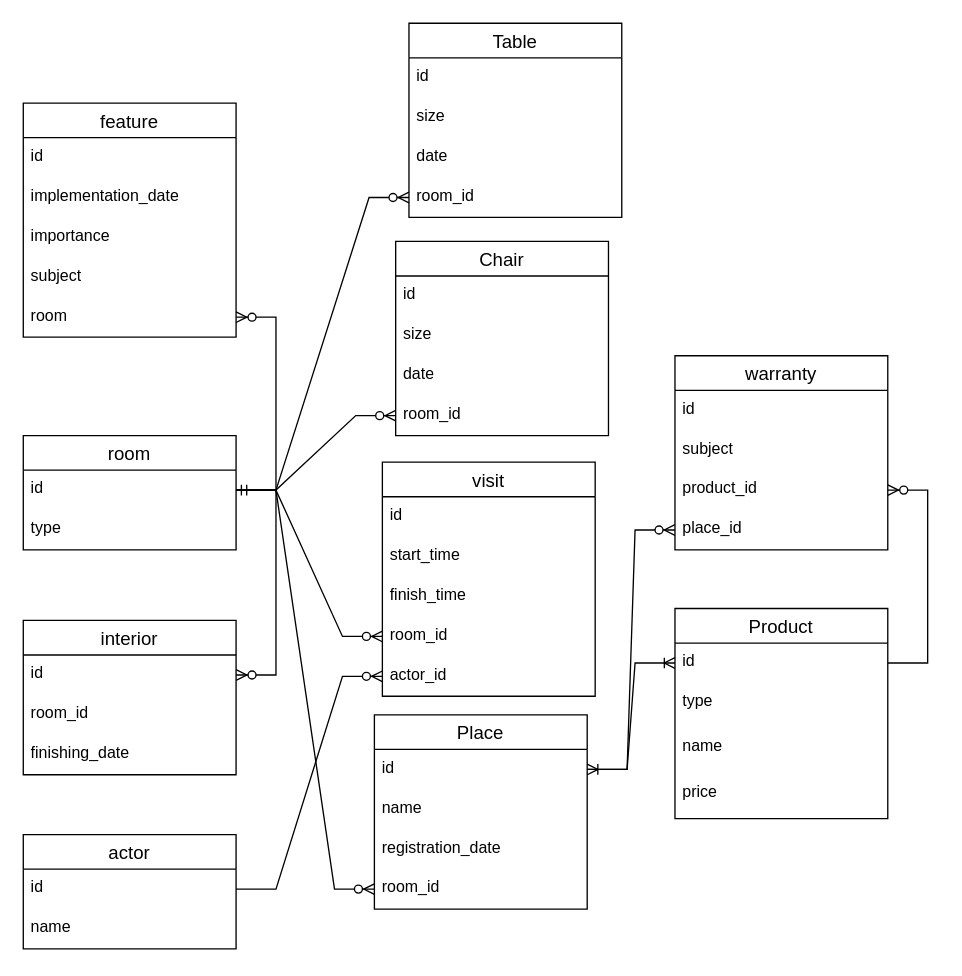
Earlier version of the draw.io diagram lab1/images/Диаграмма без названия.drawio (ShchA317/DBs). Source tidied: cells renumbered, new cells numbered last; positions are measured from the earlier drawing's top-left corner, leaving out a move shared by most shapes. Both pictures are drawn from the tidied source at 133%, with x=0, y=0 at pixel (-70, -70).
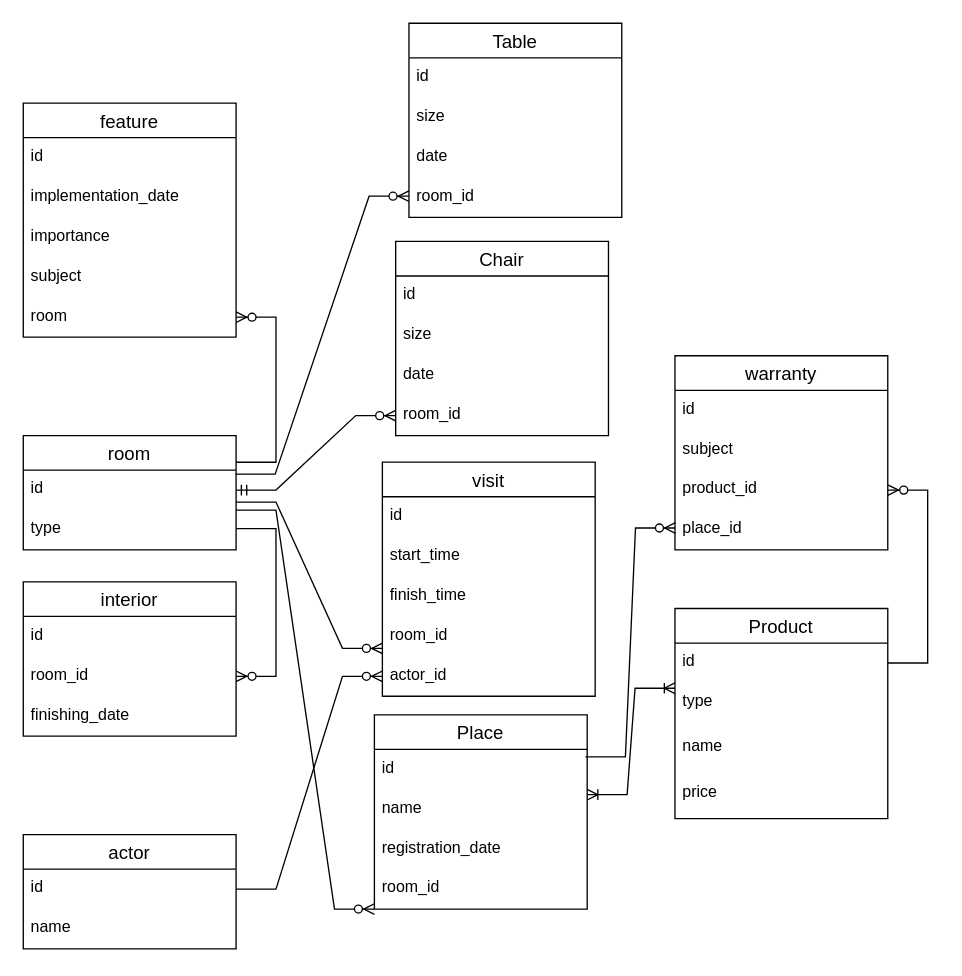
Above is the later version.

Unchanged cells that the change refers to:
```xml
<mxCell id="6" value="room_id" style="text;strokeColor=none;fillColor=none;spacingLeft=4;spacingRight=4;overflow=hidden;points=[[0,0.5],[1,0.5]];portConstraint=eastwest;fontSize=12;whiteSpace=wrap;html=1;" parent="2" vertex="1">
  <mxGeometry y="116" width="160" height="30" as="geometry" />
</mxCell>
<mxCell id="8" value="id" style="text;strokeColor=none;fillColor=none;spacingLeft=4;spacingRight=4;overflow=hidden;points=[[0,0.5],[1,0.5]];portConstraint=eastwest;fontSize=12;whiteSpace=wrap;html=1;" parent="7" vertex="1">
  <mxGeometry y="26" width="160" height="30" as="geometry" />
</mxCell>
<mxCell id="11" value="room_id" style="text;strokeColor=none;fillColor=none;spacingLeft=4;spacingRight=4;overflow=hidden;points=[[0,0.5],[1,0.5]];portConstraint=eastwest;fontSize=12;whiteSpace=wrap;html=1;" parent="7" vertex="1">
  <mxGeometry y="116" width="160" height="30" as="geometry" />
</mxCell>
<mxCell id="13" value="id" style="text;strokeColor=none;fillColor=none;spacingLeft=4;spacingRight=4;overflow=hidden;points=[[0,0.5],[1,0.5]];portConstraint=eastwest;fontSize=12;whiteSpace=wrap;html=1;" parent="12" vertex="1">
  <mxGeometry y="26" width="160" height="30" as="geometry" />
</mxCell>
<mxCell id="14" value="room_id" style="text;strokeColor=none;fillColor=none;spacingLeft=4;spacingRight=4;overflow=hidden;points=[[0,0.5],[1,0.5]];portConstraint=eastwest;fontSize=12;whiteSpace=wrap;html=1;" parent="12" vertex="1">
  <mxGeometry y="56" width="160" height="30" as="geometry" />
</mxCell>
<mxCell id="17" value="id" style="text;strokeColor=none;fillColor=none;spacingLeft=4;spacingRight=4;overflow=hidden;points=[[0,0.5],[1,0.5]];portConstraint=eastwest;fontSize=12;whiteSpace=wrap;html=1;" parent="16" vertex="1">
  <mxGeometry y="26" width="160" height="30" as="geometry" />
</mxCell>
<mxCell id="25" value="room_id" style="text;strokeColor=none;fillColor=none;spacingLeft=4;spacingRight=4;overflow=hidden;points=[[0,0.5],[1,0.5]];portConstraint=eastwest;fontSize=12;whiteSpace=wrap;html=1;" parent="21" vertex="1">
  <mxGeometry y="116" width="160" height="30" as="geometry" />
</mxCell>
<mxCell id="30" value="room_id" style="text;strokeColor=none;fillColor=none;spacingLeft=4;spacingRight=4;overflow=hidden;points=[[0,0.5],[1,0.5]];portConstraint=eastwest;fontSize=12;whiteSpace=wrap;html=1;" parent="26" vertex="1">
  <mxGeometry y="116" width="160" height="30" as="geometry" />
</mxCell>
<mxCell id="37" value="room" style="text;strokeColor=none;fillColor=none;spacingLeft=4;spacingRight=4;overflow=hidden;points=[[0,0.5],[1,0.5]];portConstraint=eastwest;fontSize=12;whiteSpace=wrap;html=1;" parent="32" vertex="1">
  <mxGeometry y="146" width="160" height="30" as="geometry" />
</mxCell>
<mxCell id="42" value="place_id" style="text;strokeColor=none;fillColor=none;spacingLeft=4;spacingRight=4;overflow=hidden;points=[[0,0.5],[1,0.5]];portConstraint=eastwest;fontSize=12;whiteSpace=wrap;html=1;" parent="38" vertex="1">
  <mxGeometry y="116" width="160" height="30" as="geometry" />
</mxCell>
<mxCell id="43" value="room" style="swimlane;fontStyle=0;horizontal=1;startSize=26;align=center;fontSize=14;" parent="1" vertex="1">
  <mxGeometry x="70" y="380" width="160" height="86" as="geometry" />
</mxCell>
<mxCell id="44" value="id" style="text;strokeColor=none;fillColor=none;spacingLeft=4;spacingRight=4;overflow=hidden;points=[[0,0.5],[1,0.5]];portConstraint=eastwest;fontSize=12;whiteSpace=wrap;html=1;" parent="43" vertex="1">
  <mxGeometry y="26" width="160" height="30" as="geometry" />
</mxCell>
```

What changed in the source:
```diff
@@
     <mxCell id="12" value="interior" style="swimlane;fontStyle=0;horizontal=1;startSize=26;align=center;fontSize=14;" parent="1" vertex="1">
-      <mxGeometry x="70" y="519" width="160" height="116" as="geometry" />
+      <mxGeometry x="70" y="490" width="160" height="116" as="geometry" />
     </mxCell>
@@
-    <mxCell id="49" style="edgeStyle=entityRelationEdgeStyle;fontSize=12;html=1;endArrow=ERzeroToMany;endFill=1;rounded=0;exitX=1;exitY=0.5;exitDx=0;exitDy=0;" parent="1" edge="1" source="44" target="6">
+    <mxCell id="49" style="edgeStyle=entityRelationEdgeStyle;fontSize=12;html=1;endArrow=ERzeroToMany;endFill=1;rounded=0;exitX=0.996;exitY=0.133;exitDx=0;exitDy=0;exitPerimeter=0;" parent="1" edge="1">
       <mxGeometry relative="1" as="geometry">
+        <mxPoint x="229.4" y="409" as="sourcePoint" />
+        <mxPoint x="360" y="200" as="targetPoint" />
         <Array as="points">
-          <mxPoint x="60" y="550" />
-          <mxPoint x="10" y="500" />
-          <mxPoint x="300" />
-          <mxPoint x="30" y="520" />
-          <mxPoint y="490" />
+          <mxPoint x="60" y="549" />
+          <mxPoint x="290" y="309" />
+          <mxPoint x="320" y="199" />
+          <mxPoint x="10" y="499" />
+          <mxPoint x="300" y="-1" />
+          <mxPoint x="30" y="519" />
+          <mxPoint y="489" />
         </Array>
       </mxGeometry>
     </mxCell>
-    <mxCell id="50" style="edgeStyle=entityRelationEdgeStyle;fontSize=12;html=1;endArrow=ERzeroToMany;endFill=1;rounded=0;exitX=1;exitY=0.5;exitDx=0;exitDy=0;entryX=0;entryY=0.5;entryDx=0;entryDy=0;" parent="1" edge="1" source="44" target="30">
-      <mxGeometry relative="1" as="geometry" />
+    <mxCell id="50" style="edgeStyle=entityRelationEdgeStyle;fontSize=12;html=1;endArrow=ERzeroToMany;endFill=1;rounded=0;exitX=1;exitY=0.5;exitDx=0;exitDy=0;entryX=0;entryY=0.5;entryDx=0;entryDy=0;" parent="1" edge="1">
+      <mxGeometry relative="1" as="geometry">
+        <mxPoint x="230" y="430" as="sourcePoint" />
+        <mxPoint x="340" y="540" as="targetPoint" />
+      </mxGeometry>
     </mxCell>
@@
-    <mxCell id="52" style="edgeStyle=entityRelationEdgeStyle;fontSize=12;html=1;endArrow=ERzeroToMany;endFill=1;rounded=0;exitX=1;exitY=0.5;exitDx=0;exitDy=0;" parent="1" edge="1" source="44" target="11">
-      <mxGeometry relative="1" as="geometry" />
+    <mxCell id="52" style="edgeStyle=entityRelationEdgeStyle;fontSize=12;html=1;endArrow=ERzeroToMany;endFill=1;rounded=0;exitX=1;exitY=0.5;exitDx=0;exitDy=0;" parent="1" edge="1">
+      <mxGeometry relative="1" as="geometry">
+        <mxPoint x="230" y="436" as="sourcePoint" />
+        <mxPoint x="334" y="736" as="targetPoint" />
+      </mxGeometry>
     </mxCell>
-    <mxCell id="53" style="edgeStyle=entityRelationEdgeStyle;fontSize=12;html=1;endArrow=ERzeroToMany;endFill=1;rounded=0;" parent="1" edge="1" source="8" target="42">
-      <mxGeometry relative="1" as="geometry" />
+    <mxCell id="53" style="edgeStyle=entityRelationEdgeStyle;fontSize=12;html=1;endArrow=ERzeroToMany;endFill=1;rounded=0;entryX=0.002;entryY=0.449;entryDx=0;entryDy=0;entryPerimeter=0;exitX=0.992;exitY=0.187;exitDx=0;exitDy=0;exitPerimeter=0;" parent="1" edge="1" source="8" target="42">
+      <mxGeometry relative="1" as="geometry">
+        <Array as="points">
+          <mxPoint x="500" y="629" />
+          <mxPoint x="530" y="628.6" />
+          <mxPoint x="510" y="647.6" />
+          <mxPoint x="550" y="442.6" />
+        </Array>
+      </mxGeometry>
     </mxCell>
@@
-    <mxCell id="55" style="edgeStyle=entityRelationEdgeStyle;fontSize=12;html=1;endArrow=ERzeroToMany;endFill=1;rounded=0;exitX=1;exitY=0.5;exitDx=0;exitDy=0;" parent="1" edge="1" source="44" target="13">
-      <mxGeometry relative="1" as="geometry" />
+    <mxCell id="55" style="edgeStyle=entityRelationEdgeStyle;fontSize=12;html=1;endArrow=ERzeroToMany;endFill=1;rounded=0;exitX=0.998;exitY=0.169;exitDx=0;exitDy=0;exitPerimeter=0;entryX=1;entryY=0.5;entryDx=0;entryDy=0;" parent="1" edge="1" target="14">
+      <mxGeometry relative="1" as="geometry">
+        <mxPoint x="230" y="450" as="sourcePoint" />
+        <Array as="points">
+          <mxPoint x="250.3" y="508.9" />
+          <mxPoint x="240.3" y="508.9" />
+        </Array>
+      </mxGeometry>
     </mxCell>
-    <mxCell id="56" style="edgeStyle=entityRelationEdgeStyle;fontSize=12;html=1;endArrow=ERzeroToMany;endFill=1;rounded=0;exitX=1;exitY=0.5;exitDx=0;exitDy=0;" parent="1" edge="1" source="44" target="37">
+    <mxCell id="56" style="edgeStyle=entityRelationEdgeStyle;fontSize=12;html=1;endArrow=ERzeroToMany;endFill=1;rounded=0;exitX=1;exitY=0.233;exitDx=0;exitDy=0;exitPerimeter=0;" parent="1" edge="1" source="43" target="37">
       <mxGeometry relative="1" as="geometry">
         <Array as="points">
           <mxPoint x="300" y="650" />
           <mxPoint x="280" y="890" />
           <mxPoint x="260" y="920" />
         </Array>
       </mxGeometry>
     </mxCell>
     <mxCell id="57" style="edgeStyle=entityRelationEdgeStyle;fontSize=12;html=1;endArrow=ERzeroToMany;startArrow=ERmandOne;rounded=0;entryX=0;entryY=0.5;entryDx=0;entryDy=0;" parent="1" edge="1" source="44" target="25">
-      <mxGeometry relative="1" as="geometry" />
+      <mxGeometry relative="1" as="geometry">
+        <Array as="points">
+          <mxPoint x="240" y="430" />
+        </Array>
+      </mxGeometry>
     </mxCell>
-    <mxCell id="58" style="edgeStyle=entityRelationEdgeStyle;fontSize=12;html=1;endArrow=ERoneToMany;startArrow=ERoneToMany;rounded=0;entryX=0;entryY=0.5;entryDx=0;entryDy=0;exitX=1;exitY=0.5;exitDx=0;exitDy=0;" parent="1" edge="1" source="8" target="17">
-      <mxGeometry relative="1" as="geometry" />
+    <mxCell id="58" style="edgeStyle=entityRelationEdgeStyle;fontSize=12;html=1;endArrow=ERoneToMany;startArrow=ERoneToMany;rounded=0;entryX=0;entryY=0.5;entryDx=0;entryDy=0;exitX=1;exitY=0.5;exitDx=0;exitDy=0;" parent="1" edge="1">
+      <mxGeometry relative="1" as="geometry">
+        <mxPoint x="494" y="650" as="sourcePoint" />
+        <mxPoint x="560" y="570" as="targetPoint" />
+      </mxGeometry>
     </mxCell>
```
